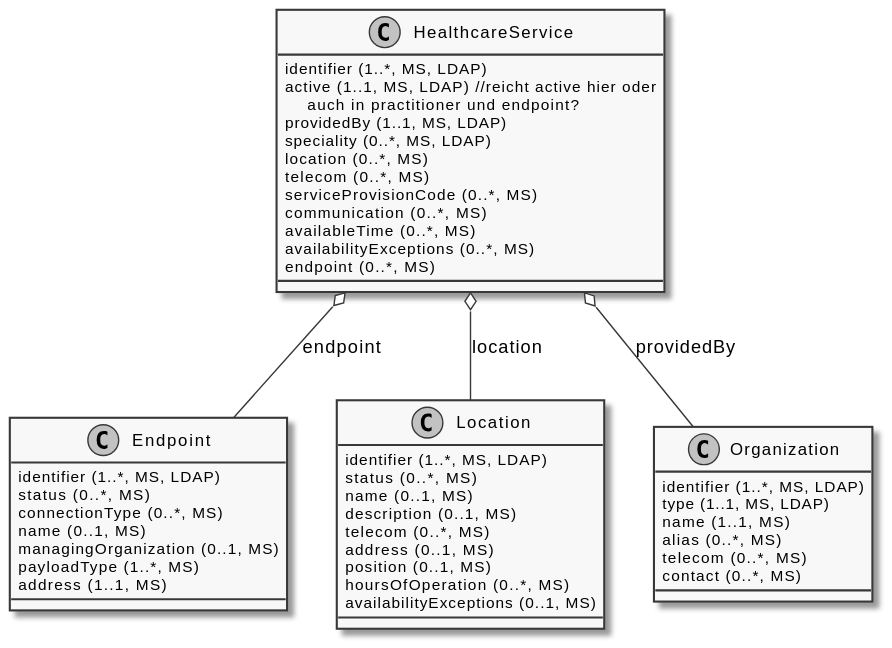
Before: diagrams/ClassDiagram.HealthcareService.svg, a diagram exported from PlantUML (gematik/api-vzd).
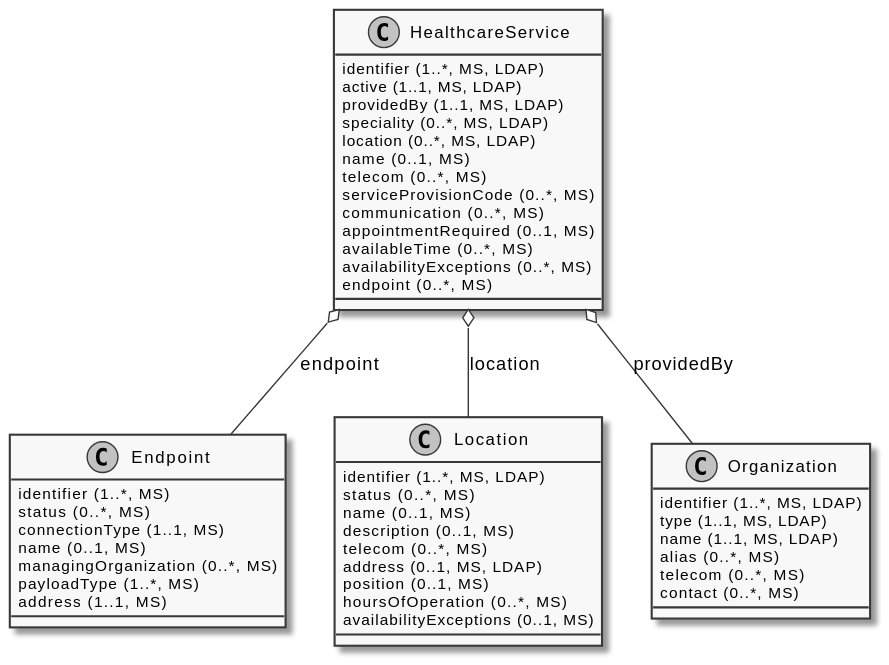
After the commit.

Diff of the diagram source:
```diff
@@ -1,11 +1,26 @@
 @startuml ClassDiagram.HealthcareService
 skinparam monochrome true
+class HealthcareService {
+  {field} identifier (1..*, MS, LDAP)
+  {field} active (1..1, MS, LDAP)
+  {field} providedBy (1..1, MS, LDAP)
+  {field} speciality (0..*, MS, LDAP)
+  {field} location (0..*, MS, LDAP)
+  {field} name (0..1, MS)
+  {field} telecom (0..*, MS)
+  {field} serviceProvisionCode (0..*, MS)
+  {field} communication (0..*, MS)
+  {field} appointmentRequired (0..1, MS)
+  {field} availableTime (0..*, MS)
+  {field} availabilityExceptions (0..*, MS)
+  {field} endpoint (0..*, MS)
+}
 class Endpoint {
-  {field} identifier (1..*, MS, LDAP)
+  {field} identifier (1..*, MS)
   {field} status (0..*, MS)
-  {field} connectionType (0..*, MS)
+  {field} connectionType (1..1, MS)
   {field} name (0..1, MS)
-  {field} managingOrganization (0..1, MS)
+  {field} managingOrganization (0..*, MS)
   {field} payloadType (1..*, MS)
   {field} address (1..1, MS)
 }
@@ -15,28 +30,15 @@
   {field} name (0..1, MS)
   {field} description (0..1, MS)
   {field} telecom (0..*, MS)
-  {field} address (0..1, MS)
+  {field} address (0..1, MS, LDAP)
   {field} position (0..1, MS)
   {field} hoursOfOperation (0..*, MS)
   {field} availabilityExceptions (0..1, MS)
 }
-class HealthcareService {
-  {field} identifier (1..*, MS, LDAP)
-  {field} active (1..1, MS, LDAP) //reicht active hier oder\n    auch in practitioner und endpoint?
-  {field} providedBy (1..1, MS, LDAP)
-  {field} speciality (0..*, MS, LDAP)
-  {field} location (0..*, MS)
-  {field} telecom (0..*, MS)
-  {field} serviceProvisionCode (0..*, MS)
-  {field} communication (0..*, MS)
-  {field} availableTime (0..*, MS)
-  {field} availabilityExceptions (0..*, MS)
-  {field} endpoint (0..*, MS)
-}
 class Organization {
   {field} identifier (1..*, MS, LDAP)
   {field} type (1..1, MS, LDAP)
-  {field} name (1..1, MS)
+  {field} name (1..1, MS, LDAP)
   {field} alias (0..*, MS)
   {field} telecom (0..*, MS)
   {field} contact (0..*, MS)
```
